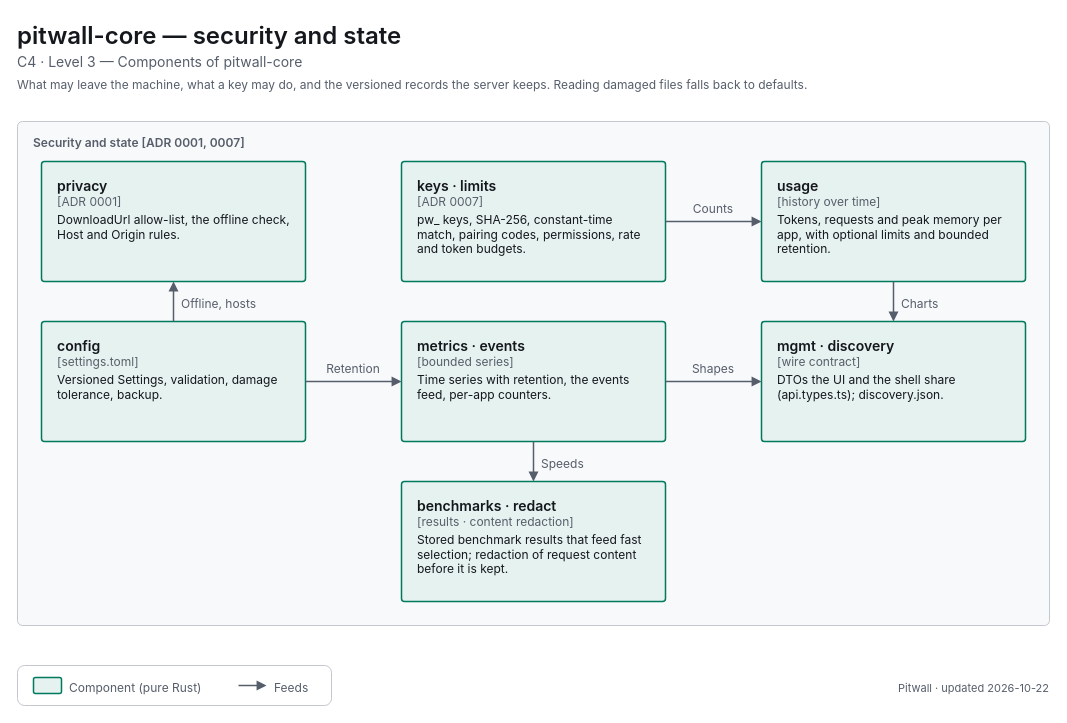
Above: apps/pitwall/docs/diagrams/c4-3-core-state.drawio in decryp7/paddock (draw.io), before the change. Source tidied: cells renumbered, new cells numbered last; positions are measured from the earlier drawing's top-left corner, leaving out a move shared by most shapes. Both pictures are drawn from the tidied source at 100%, with x=0, y=0 at pixel (17, 17).
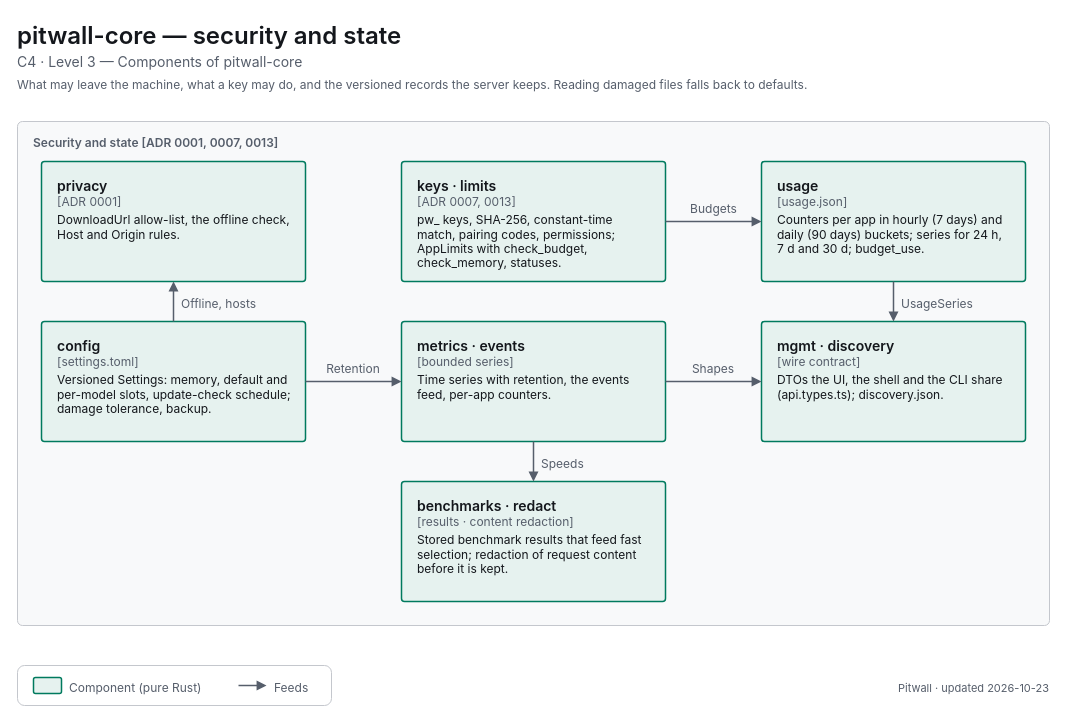
The same diagram, later.

Diff of the diagram source:
```diff
@@
-    <mxCell id="5" value="&lt;span style=&quot;font-size:12px;font-weight:600&quot;&gt;Security and state [ADR 0001, 0007]&lt;/span&gt;" style="html=1;whiteSpace=wrap;fontFamily=-apple-system,BlinkMacSystemFont,Segoe UI,system-ui,sans-serif;fontSize=12;fontColor=light-dark(#14171C,#ECEEF1);rounded=1;absoluteArcSize=1;arcSize=10;strokeWidth=1;strokeColor=light-dark(#C4C7CD,#353A42);fillColor=light-dark(#F8F9FA,#121418);align=left;verticalAlign=top;spacingLeft=14;spacingTop=8;fontColor=light-dark(#565E6B,#A0A7B2);" parent="1" vertex="1">
+    <mxCell id="5" value="&lt;span style=&quot;font-size:12px;font-weight:600&quot;&gt;Security and state [ADR 0001, 0007, 0013]&lt;/span&gt;" style="html=1;whiteSpace=wrap;fontFamily=-apple-system,BlinkMacSystemFont,Segoe UI,system-ui,sans-serif;fontSize=12;fontColor=light-dark(#14171C,#ECEEF1);rounded=1;absoluteArcSize=1;arcSize=10;strokeWidth=1;strokeColor=light-dark(#C4C7CD,#353A42);fillColor=light-dark(#F8F9FA,#121418);align=left;verticalAlign=top;spacingLeft=14;spacingTop=8;fontColor=light-dark(#565E6B,#A0A7B2);" parent="1" vertex="1">
       <mxGeometry y="104" width="1032" height="504" as="geometry" />
     </mxCell>
@@
-    <mxCell id="7" value="&lt;span style=&quot;font-size:14px;font-weight:600&quot;&gt;keys · limits&lt;/span&gt;&lt;br&gt;&lt;span style=&quot;font-size:12px;color:light-dark(#565E6B,#A0A7B2)&quot;&gt;[ADR 0007]&lt;/span&gt;&lt;br&gt;&lt;div style=&quot;margin-top:4px;font-size:12px&quot;&gt;pw_ keys, SHA-256, constant-time match, pairing codes, permissions, rate and token budgets.&lt;/div&gt;" style="html=1;whiteSpace=wrap;fontFamily=-apple-system,BlinkMacSystemFont,Segoe UI,system-ui,sans-serif;fontSize=12;fontColor=light-dark(#14171C,#ECEEF1);rounded=1;absoluteArcSize=1;arcSize=6;strokeWidth=1.5;strokeColor=light-dark(#007A5E,#2EC4A0);fillColor=light-dark(#E6F2EF,#193330);align=left;verticalAlign=top;spacingLeft=14;spacingRight=14;spacingTop=10;spacingBottom=8;" parent="1" vertex="1">
+    <mxCell id="7" value="&lt;span style=&quot;font-size:14px;font-weight:600&quot;&gt;keys · limits&lt;/span&gt;&lt;br&gt;&lt;span style=&quot;font-size:12px;color:light-dark(#565E6B,#A0A7B2)&quot;&gt;[ADR 0007, 0013]&lt;/span&gt;&lt;br&gt;&lt;div style=&quot;margin-top:4px;font-size:12px&quot;&gt;pw_ keys, SHA-256, constant-time match, pairing codes, permissions; AppLimits with check_budget, check_memory, statuses.&lt;/div&gt;" style="html=1;whiteSpace=wrap;fontFamily=-apple-system,BlinkMacSystemFont,Segoe UI,system-ui,sans-serif;fontSize=12;fontColor=light-dark(#14171C,#ECEEF1);rounded=1;absoluteArcSize=1;arcSize=6;strokeWidth=1.5;strokeColor=light-dark(#007A5E,#2EC4A0);fillColor=light-dark(#E6F2EF,#193330);align=left;verticalAlign=top;spacingLeft=14;spacingRight=14;spacingTop=10;spacingBottom=8;" parent="1" vertex="1">
       <mxGeometry x="384" y="144" width="264" height="120" as="geometry" />
     </mxCell>
-    <mxCell id="8" value="&lt;span style=&quot;font-size:14px;font-weight:600&quot;&gt;usage&lt;/span&gt;&lt;br&gt;&lt;span style=&quot;font-size:12px;color:light-dark(#565E6B,#A0A7B2)&quot;&gt;[history over time]&lt;/span&gt;&lt;br&gt;&lt;div style=&quot;margin-top:4px;font-size:12px&quot;&gt;Tokens, requests and peak memory per app, with optional limits and bounded retention.&lt;/div&gt;" style="html=1;whiteSpace=wrap;fontFamily=-apple-system,BlinkMacSystemFont,Segoe UI,system-ui,sans-serif;fontSize=12;fontColor=light-dark(#14171C,#ECEEF1);rounded=1;absoluteArcSize=1;arcSize=6;strokeWidth=1.5;strokeColor=light-dark(#007A5E,#2EC4A0);fillColor=light-dark(#E6F2EF,#193330);align=left;verticalAlign=top;spacingLeft=14;spacingRight=14;spacingTop=10;spacingBottom=8;" parent="1" vertex="1">
+    <mxCell id="8" value="&lt;span style=&quot;font-size:14px;font-weight:600&quot;&gt;usage&lt;/span&gt;&lt;br&gt;&lt;span style=&quot;font-size:12px;color:light-dark(#565E6B,#A0A7B2)&quot;&gt;[usage.json]&lt;/span&gt;&lt;br&gt;&lt;div style=&quot;margin-top:4px;font-size:12px&quot;&gt;Counters per app in hourly (7 days) and daily (90 days) buckets; series for 24 h, 7 d and 30 d; budget_use.&lt;/div&gt;" style="html=1;whiteSpace=wrap;fontFamily=-apple-system,BlinkMacSystemFont,Segoe UI,system-ui,sans-serif;fontSize=12;fontColor=light-dark(#14171C,#ECEEF1);rounded=1;absoluteArcSize=1;arcSize=6;strokeWidth=1.5;strokeColor=light-dark(#007A5E,#2EC4A0);fillColor=light-dark(#E6F2EF,#193330);align=left;verticalAlign=top;spacingLeft=14;spacingRight=14;spacingTop=10;spacingBottom=8;" parent="1" vertex="1">
       <mxGeometry x="744" y="144" width="264" height="120" as="geometry" />
     </mxCell>
-    <mxCell id="9" value="&lt;span style=&quot;font-size:14px;font-weight:600&quot;&gt;config&lt;/span&gt;&lt;br&gt;&lt;span style=&quot;font-size:12px;color:light-dark(#565E6B,#A0A7B2)&quot;&gt;[settings.toml]&lt;/span&gt;&lt;br&gt;&lt;div style=&quot;margin-top:4px;font-size:12px&quot;&gt;Versioned Settings, validation, damage tolerance, backup.&lt;/div&gt;" style="html=1;whiteSpace=wrap;fontFamily=-apple-system,BlinkMacSystemFont,Segoe UI,system-ui,sans-serif;fontSize=12;fontColor=light-dark(#14171C,#ECEEF1);rounded=1;absoluteArcSize=1;arcSize=6;strokeWidth=1.5;strokeColor=light-dark(#007A5E,#2EC4A0);fillColor=light-dark(#E6F2EF,#193330);align=left;verticalAlign=top;spacingLeft=14;spacingRight=14;spacingTop=10;spacingBottom=8;" parent="1" vertex="1">
+    <mxCell id="9" value="&lt;span style=&quot;font-size:14px;font-weight:600&quot;&gt;config&lt;/span&gt;&lt;br&gt;&lt;span style=&quot;font-size:12px;color:light-dark(#565E6B,#A0A7B2)&quot;&gt;[settings.toml]&lt;/span&gt;&lt;br&gt;&lt;div style=&quot;margin-top:4px;font-size:12px&quot;&gt;Versioned Settings: memory, default and per-model slots, update-check schedule; damage tolerance, backup.&lt;/div&gt;" style="html=1;whiteSpace=wrap;fontFamily=-apple-system,BlinkMacSystemFont,Segoe UI,system-ui,sans-serif;fontSize=12;fontColor=light-dark(#14171C,#ECEEF1);rounded=1;absoluteArcSize=1;arcSize=6;strokeWidth=1.5;strokeColor=light-dark(#007A5E,#2EC4A0);fillColor=light-dark(#E6F2EF,#193330);align=left;verticalAlign=top;spacingLeft=14;spacingRight=14;spacingTop=10;spacingBottom=8;" parent="1" vertex="1">
       <mxGeometry x="24" y="304" width="264" height="120" as="geometry" />
     </mxCell>
@@
-    <mxCell id="12" value="&lt;span style=&quot;font-size:14px;font-weight:600&quot;&gt;mgmt · discovery&lt;/span&gt;&lt;br&gt;&lt;span style=&quot;font-size:12px;color:light-dark(#565E6B,#A0A7B2)&quot;&gt;[wire contract]&lt;/span&gt;&lt;br&gt;&lt;div style=&quot;margin-top:4px;font-size:12px&quot;&gt;DTOs the UI and the shell share (api.types.ts); discovery.json.&lt;/div&gt;" style="html=1;whiteSpace=wrap;fontFamily=-apple-system,BlinkMacSystemFont,Segoe UI,system-ui,sans-serif;fontSize=12;fontColor=light-dark(#14171C,#ECEEF1);rounded=1;absoluteArcSize=1;arcSize=6;strokeWidth=1.5;strokeColor=light-dark(#007A5E,#2EC4A0);fillColor=light-dark(#E6F2EF,#193330);align=left;verticalAlign=top;spacingLeft=14;spacingRight=14;spacingTop=10;spacingBottom=8;" parent="1" vertex="1">
+    <mxCell id="12" value="&lt;span style=&quot;font-size:14px;font-weight:600&quot;&gt;mgmt · discovery&lt;/span&gt;&lt;br&gt;&lt;span style=&quot;font-size:12px;color:light-dark(#565E6B,#A0A7B2)&quot;&gt;[wire contract]&lt;/span&gt;&lt;br&gt;&lt;div style=&quot;margin-top:4px;font-size:12px&quot;&gt;DTOs the UI, the shell and the CLI share (api.types.ts); discovery.json.&lt;/div&gt;" style="html=1;whiteSpace=wrap;fontFamily=-apple-system,BlinkMacSystemFont,Segoe UI,system-ui,sans-serif;fontSize=12;fontColor=light-dark(#14171C,#ECEEF1);rounded=1;absoluteArcSize=1;arcSize=6;strokeWidth=1.5;strokeColor=light-dark(#007A5E,#2EC4A0);fillColor=light-dark(#E6F2EF,#193330);align=left;verticalAlign=top;spacingLeft=14;spacingRight=14;spacingTop=10;spacingBottom=8;" parent="1" vertex="1">
       <mxGeometry x="744" y="304" width="264" height="120" as="geometry" />
     </mxCell>
@@
-    <mxCell id="16" value="&lt;span style=&quot;font-size:12px;font-weight:400&quot;&gt;Counts&lt;/span&gt;" style="html=1;whiteSpace=wrap;fontFamily=-apple-system,BlinkMacSystemFont,Segoe UI,system-ui,sans-serif;fontSize=12;fontColor=light-dark(#14171C,#ECEEF1);text;strokeColor=none;fillColor=none;align=center;verticalAlign=top;spacing=0;fontColor=light-dark(#565E6B,#A0A7B2);" parent="1" vertex="1">
-      <mxGeometry x="670" y="180" width="52" height="18" as="geometry" />
+    <mxCell id="16" value="&lt;span style=&quot;font-size:12px;font-weight:400&quot;&gt;Budgets&lt;/span&gt;" style="html=1;whiteSpace=wrap;fontFamily=-apple-system,BlinkMacSystemFont,Segoe UI,system-ui,sans-serif;fontSize=12;fontColor=light-dark(#14171C,#ECEEF1);text;strokeColor=none;fillColor=none;align=center;verticalAlign=top;spacing=0;fontColor=light-dark(#565E6B,#A0A7B2);" parent="1" vertex="1">
+      <mxGeometry x="667" y="180" width="59" height="18" as="geometry" />
     </mxCell>
@@
-    <mxCell id="18" value="&lt;span style=&quot;font-size:12px;font-weight:400&quot;&gt;Charts&lt;/span&gt;" style="html=1;whiteSpace=wrap;fontFamily=-apple-system,BlinkMacSystemFont,Segoe UI,system-ui,sans-serif;fontSize=12;fontColor=light-dark(#14171C,#ECEEF1);text;strokeColor=none;fillColor=none;align=left;verticalAlign=top;spacing=0;fontColor=light-dark(#565E6B,#A0A7B2);" parent="1" vertex="1">
-      <mxGeometry x="884" y="275" width="52" height="18" as="geometry" />
+    <mxCell id="18" value="&lt;span style=&quot;font-size:12px;font-weight:400&quot;&gt;UsageSeries&lt;/span&gt;" style="html=1;whiteSpace=wrap;fontFamily=-apple-system,BlinkMacSystemFont,Segoe UI,system-ui,sans-serif;fontSize=12;fontColor=light-dark(#14171C,#ECEEF1);text;strokeColor=none;fillColor=none;align=left;verticalAlign=top;spacing=0;fontColor=light-dark(#565E6B,#A0A7B2);" parent="1" vertex="1">
+      <mxGeometry x="884" y="275" width="85" height="18" as="geometry" />
     </mxCell>
@@
-    <mxCell id="30" value="&lt;span style=&quot;font-size:11px;font-weight:400&quot;&gt;Pitwall · updated 2026-10-22&lt;/span&gt;" style="html=1;whiteSpace=wrap;fontFamily=-apple-system,BlinkMacSystemFont,Segoe UI,system-ui,sans-serif;fontSize=12;fontColor=light-dark(#14171C,#ECEEF1);text;strokeColor=none;fillColor=none;align=right;verticalAlign=top;spacing=0;fontColor=light-dark(#565E6B,#A0A7B2);" parent="1" vertex="1">
+    <mxCell id="30" value="&lt;span style=&quot;font-size:11px;font-weight:400&quot;&gt;Pitwall · updated 2026-10-23&lt;/span&gt;" style="html=1;whiteSpace=wrap;fontFamily=-apple-system,BlinkMacSystemFont,Segoe UI,system-ui,sans-serif;fontSize=12;fontColor=light-dark(#14171C,#ECEEF1);text;strokeColor=none;fillColor=none;align=right;verticalAlign=top;spacing=0;fontColor=light-dark(#565E6B,#A0A7B2);" parent="1" vertex="1">
       <mxGeometry x="672" y="659" width="360" height="18" as="geometry" />
     </mxCell>
```
